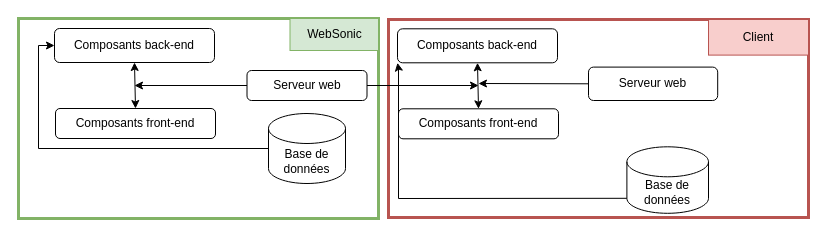
Before: WebSonic architecture base applicative.drawio in cjour/audit_logistics, a draw.io diagram. Source tidied: cells renumbered, new cells numbered last; positions are measured from the earlier drawing's top-left corner, leaving out a move shared by most shapes. Both pictures are drawn from the tidied source at 100%, with x=0, y=0 at pixel (18, 18).
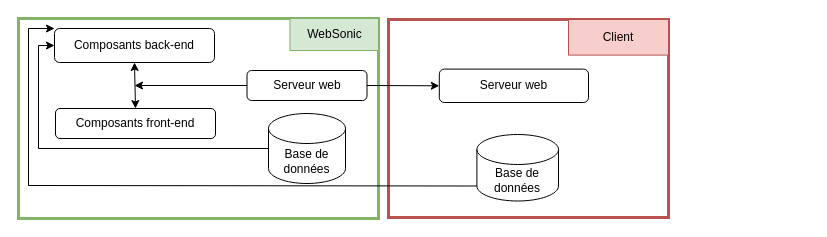
The same page after the edit.

Commit message:
Mettre à jour WebSonic architecture base applicative.drawio

The change refers to these unchanged cells:
```xml
<mxCell id="5" value="Composants back-end" style="rounded=1;whiteSpace=wrap;html=1;" parent="1" vertex="1">
  <mxGeometry x="36" y="10" width="160" height="34" as="geometry" />
</mxCell>
<mxCell id="10" value="&lt;div&gt;Serveur web&lt;/div&gt;" style="rounded=1;whiteSpace=wrap;html=1;" parent="1" vertex="1">
  <mxGeometry x="228.5" y="52" width="120" height="30" as="geometry" />
</mxCell>
<mxCell id="11" style="group;" parent="1" vertex="1">
  <mxGeometry x="370" y="1" width="420" height="198" as="geometry" />
</mxCell>
```

The edit, as a diff of the source:
```diff
@@
     <mxCell id="12" style="rounded=0;whiteSpace=wrap;html=1;fillColor=none;strokeColor=#b85450;strokeWidth=3;" parent="11" vertex="1">
-      <mxGeometry width="420" height="198" as="geometry" />
+      <mxGeometry width="280" height="198" as="geometry" />
     </mxCell>
     <mxCell id="13" value="Client" style="rounded=0;whiteSpace=wrap;html=1;fillColor=#f8cecc;strokeColor=#b85450;" parent="11" vertex="1">
-      <mxGeometry x="320" width="100" height="35.6" as="geometry" />
+      <mxGeometry x="180" width="100" height="35.6" as="geometry" />
     </mxCell>
     <mxCell id="14" value="Base de données" style="shape=cylinder3;whiteSpace=wrap;html=1;boundedLbl=1;backgroundOutline=1;size=15;" parent="11" vertex="1">
-      <mxGeometry x="238.4" y="127.3" width="81.6" height="66.5" as="geometry" />
+      <mxGeometry x="88.4" y="115" width="81.6" height="66.5" as="geometry" />
     </mxCell>
     <mxCell id="15" value="&lt;div&gt;Serveur web&lt;/div&gt;" style="rounded=1;whiteSpace=wrap;html=1;" parent="11" vertex="1">
-      <mxGeometry x="200" y="47.6" width="129.2" height="33.4" as="geometry" />
+      <mxGeometry x="50.8" y="49.6" width="149.2" height="33.4" as="geometry" />
     </mxCell>
-    <mxCell id="16" value="Composants front-end" style="rounded=1;whiteSpace=wrap;html=1;" parent="11" vertex="1">
-      <mxGeometry x="10" y="89.3" width="160" height="30" as="geometry" />
-    </mxCell>
-    <mxCell id="17" value="Composants back-end" style="rounded=1;whiteSpace=wrap;html=1;" parent="11" vertex="1">
-      <mxGeometry x="9" y="9.3" width="160" height="34" as="geometry" />
-    </mxCell>
-    <mxCell id="18" style="endArrow=classic;startArrow=classic;html=1;rounded=0;exitX=0.5;exitY=0;exitDx=0;exitDy=0;entryX=0.5;entryY=1;entryDx=0;entryDy=0;" parent="11" edge="1" source="16" target="17">
-      <mxGeometry relative="1" as="geometry" />
-    </mxCell>
+    <mxCell id="20" style="endArrow=classic;html=1;rounded=0;exitX=1;exitY=0.5;exitDx=0;exitDy=0;entryX=0;entryY=0.5;entryDx=0;entryDy=0;" parent="1" edge="1" source="10" target="15">
+      <mxGeometry relative="1" as="geometry" />
+    </mxCell>
-    <mxCell id="19" style="endArrow=none;html=1;rounded=0;entryX=0;entryY=1;entryDx=0;entryDy=-15;entryPerimeter=0;endFill=0;startArrow=classic;startFill=1;exitX=0;exitY=1;exitDx=0;exitDy=0;" parent="11" edge="1" source="17" target="14">
+    <mxCell id="19" style="endArrow=none;html=1;rounded=0;entryX=0;entryY=1;entryDx=0;entryDy=-15;entryPerimeter=0;endFill=0;startArrow=classic;startFill=1;exitX=0;exitY=0;exitDx=0;exitDy=0;" parent="1" edge="1" source="5" target="14">
       <mxGeometry relative="1" as="geometry">
         <Array as="points">
-          <mxPoint x="10" y="49" />
-          <mxPoint x="10" y="179" />
+          <mxPoint x="10" y="10" />
+          <mxPoint x="10" y="167" />
         </Array>
       </mxGeometry>
     </mxCell>
-    <mxCell id="20" style="endArrow=classic;html=1;rounded=0;exitX=1;exitY=0.5;exitDx=0;exitDy=0;" parent="1" edge="1" source="10">
-      <mxGeometry relative="1" as="geometry">
-        <mxPoint x="460" y="67" as="targetPoint" />
-      </mxGeometry>
-    </mxCell>
-    <mxCell id="21" style="endArrow=none;html=1;rounded=0;entryX=0;entryY=0.5;entryDx=0;entryDy=0;startArrow=classic;startFill=1;endFill=0;" parent="1" edge="1" target="15">
-      <mxGeometry relative="1" as="geometry">
-        <mxPoint x="460" y="65" as="sourcePoint" />
-      </mxGeometry>
-    </mxCell>
```
